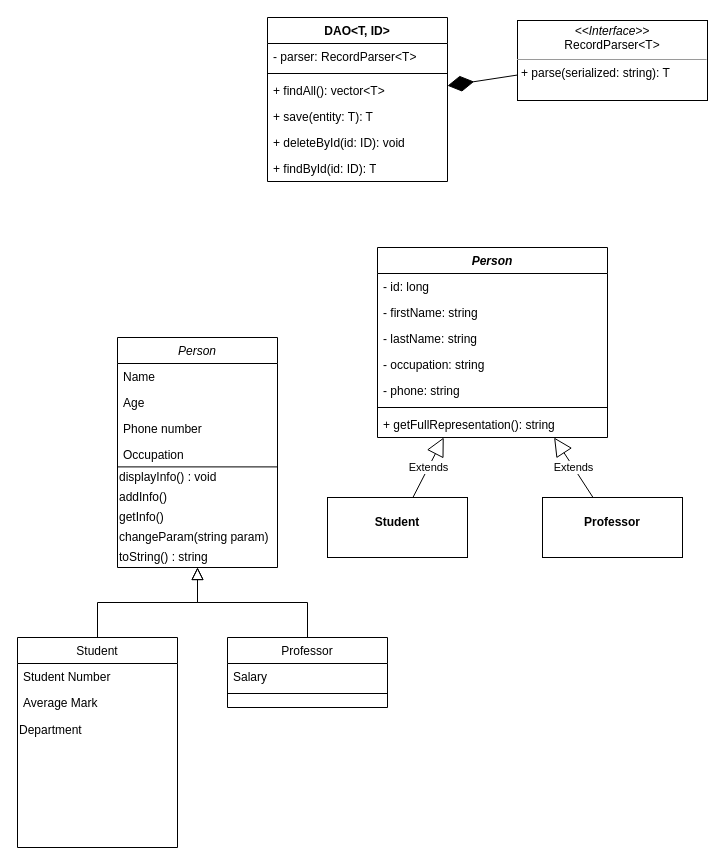
The draw.io diagram homework_cpp.drawio in avetodef/ict_cpp_course_3rd_year, before the edit. Source tidied: cells renumbered, new cells numbered last; positions are measured from the earlier drawing's top-left corner, leaving out a move shared by most shapes. Both pictures are drawn from the tidied source at 100%, with x=0, y=0 at pixel (17, 17).
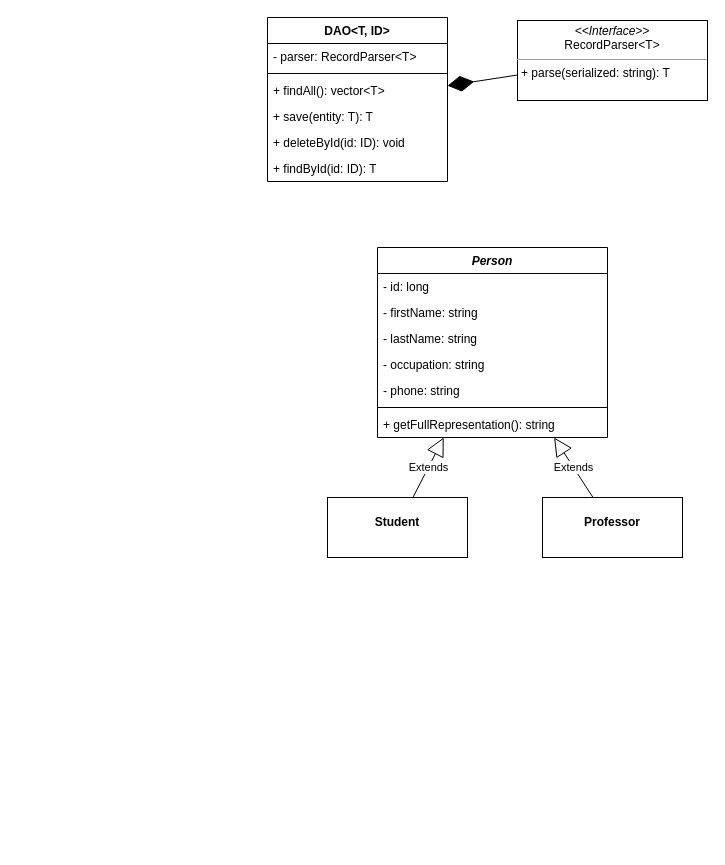
The same page after the edit.

Diff of the diagram source:
```diff
@@
-    <mxCell id="2" value="Person" style="swimlane;fontStyle=2;align=center;verticalAlign=top;horizontal=1;startSize=26;rounded=0;shadow=0;strokeWidth=1;" parent="1" vertex="1">
-      <mxGeometry x="100" y="320" width="160" height="230" as="geometry" />
-    </mxCell>
-    <mxCell id="3" value="Name" style="text;align=left;verticalAlign=top;spacingLeft=4;spacingRight=4;overflow=hidden;" parent="2" vertex="1">
-      <mxGeometry y="26" width="160" height="26" as="geometry" />
-    </mxCell>
-    <mxCell id="4" value="Age" style="text;align=left;verticalAlign=top;spacingLeft=4;spacingRight=4;overflow=hidden;rounded=0;shadow=0;html=0;" parent="2" vertex="1">
-      <mxGeometry y="52" width="160" height="26" as="geometry" />
-    </mxCell>
-    <mxCell id="5" value="Phone number" style="text;align=left;verticalAlign=top;spacingLeft=4;spacingRight=4;overflow=hidden;rounded=0;shadow=0;html=0;" parent="2" vertex="1">
-      <mxGeometry y="78" width="160" height="26" as="geometry" />
-    </mxCell>
-    <mxCell id="6" value="Occupation" style="text;align=left;verticalAlign=top;spacingLeft=4;spacingRight=4;overflow=hidden;rounded=0;shadow=0;html=0;" parent="2" vertex="1">
-      <mxGeometry y="104" width="160" height="26" as="geometry" />
-    </mxCell>
-    <mxCell id="7" style="endArrow=none;html=1;rounded=0;" parent="2" edge="1">
-      <mxGeometry relative="1" as="geometry">
-        <mxPoint y="129.4" as="sourcePoint" />
-        <mxPoint x="160" y="129.4" as="targetPoint" />
-      </mxGeometry>
-    </mxCell>
-    <mxCell id="8" value="displayInfo() : void" style="text;html=1;strokeColor=none;fillColor=none;align=left;verticalAlign=middle;whiteSpace=wrap;rounded=0;" parent="2" vertex="1">
-      <mxGeometry y="130" width="160" height="20" as="geometry" />
-    </mxCell>
-    <mxCell id="9" value="addInfo()" style="text;html=1;strokeColor=none;fillColor=none;align=left;verticalAlign=middle;whiteSpace=wrap;rounded=0;" parent="2" vertex="1">
-      <mxGeometry y="150" width="160" height="20" as="geometry" />
-    </mxCell>
-    <mxCell id="10" value="getInfo()" style="text;html=1;strokeColor=none;fillColor=none;align=left;verticalAlign=middle;whiteSpace=wrap;rounded=0;" parent="2" vertex="1">
-      <mxGeometry y="170" width="160" height="20" as="geometry" />
-    </mxCell>
-    <mxCell id="11" value="changeParam(string param)" style="text;html=1;strokeColor=none;fillColor=none;align=left;verticalAlign=middle;whiteSpace=wrap;rounded=0;" parent="2" vertex="1">
-      <mxGeometry y="190" width="160" height="20" as="geometry" />
-    </mxCell>
-    <mxCell id="12" value="toString() : string" style="text;html=1;strokeColor=none;fillColor=none;align=left;verticalAlign=middle;whiteSpace=wrap;rounded=0;" parent="2" vertex="1">
-      <mxGeometry y="210" width="160" height="20" as="geometry" />
-    </mxCell>
-    <mxCell id="13" value="Student" style="swimlane;fontStyle=0;align=center;verticalAlign=top;horizontal=1;startSize=26;rounded=0;shadow=0;strokeWidth=1;" parent="1" vertex="1">
-      <mxGeometry y="620" width="160" height="210" as="geometry" />
-    </mxCell>
-    <mxCell id="14" value="Student Number" style="text;align=left;verticalAlign=top;spacingLeft=4;spacingRight=4;overflow=hidden;" parent="13" vertex="1">
-      <mxGeometry y="26" width="160" height="26" as="geometry" />
-    </mxCell>
-    <mxCell id="15" value="Average Mark" style="text;align=left;verticalAlign=top;spacingLeft=4;spacingRight=4;overflow=hidden;rounded=0;shadow=0;html=0;" parent="13" vertex="1">
-      <mxGeometry y="52" width="160" height="26" as="geometry" />
-    </mxCell>
-    <mxCell id="16" value="Department" style="text;html=1;strokeColor=none;fillColor=none;align=left;verticalAlign=middle;whiteSpace=wrap;rounded=0;" parent="13" vertex="1">
-      <mxGeometry y="78" width="160" height="30" as="geometry" />
-    </mxCell>
-    <mxCell id="17" style="endArrow=block;endSize=10;endFill=0;shadow=0;strokeWidth=1;rounded=0;edgeStyle=elbowEdgeStyle;elbow=vertical;" parent="1" edge="1" source="13" target="2">
-      <mxGeometry relative="1" as="geometry" />
-    </mxCell>
-    <mxCell id="18" value="Professor" style="swimlane;fontStyle=0;align=center;verticalAlign=top;horizontal=1;startSize=26;rounded=0;shadow=0;strokeWidth=1;" parent="1" vertex="1">
-      <mxGeometry x="210" y="620" width="160" height="70" as="geometry" />
-    </mxCell>
-    <mxCell id="19" value="Salary" style="text;align=left;verticalAlign=top;spacingLeft=4;spacingRight=4;overflow=hidden;" parent="18" vertex="1">
-      <mxGeometry y="26" width="160" height="26" as="geometry" />
-    </mxCell>
-    <mxCell id="20" style="line;html=1;strokeWidth=1;align=left;verticalAlign=middle;spacingTop=-1;spacingLeft=3;spacingRight=3;labelPosition=right;" parent="18" vertex="1">
-      <mxGeometry y="52" width="160" height="8" as="geometry" />
-    </mxCell>
-    <mxCell id="21" style="endArrow=block;endSize=10;endFill=0;shadow=0;strokeWidth=1;rounded=0;edgeStyle=elbowEdgeStyle;elbow=vertical;" parent="1" edge="1" source="18" target="2">
-      <mxGeometry relative="1" as="geometry" />
-    </mxCell>
```
